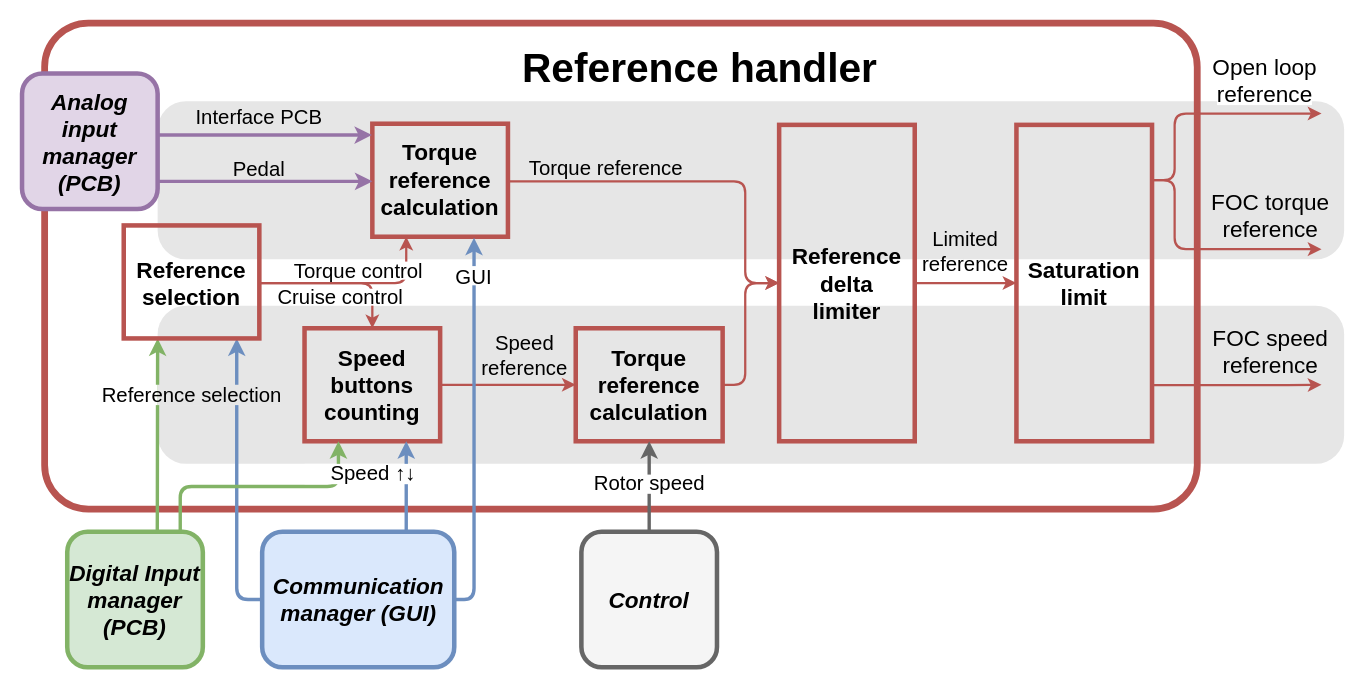
Above: Report/Diagrams/ReferenceHandlerV4.drawio in NicolaiFransen/SemesterProjectPED2 (draw.io), before the change. Source tidied: cells renumbered, new cells numbered last; positions are measured from the earlier drawing's top-left corner, leaving out a move shared by most shapes. Both pictures are drawn from the tidied source at 113%, with x=0, y=0 at pixel (21, 23).
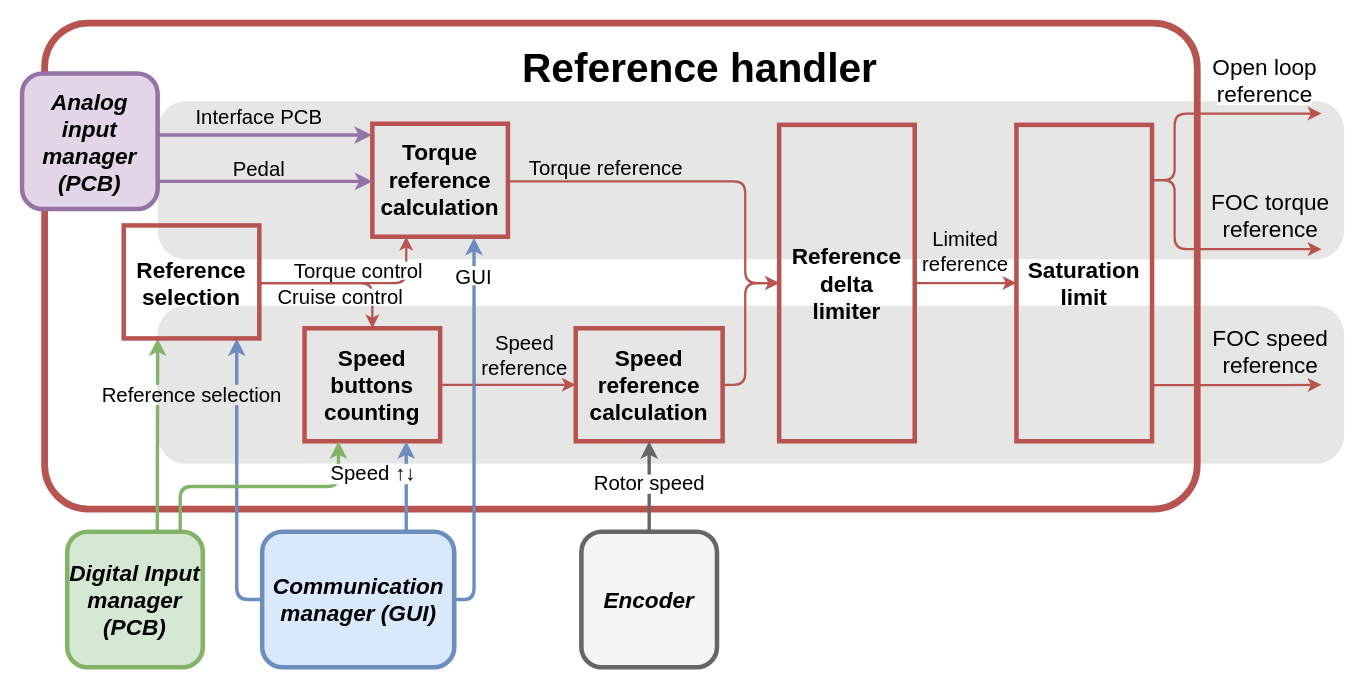
The same diagram, later.

What changed in the source:
```diff
@@
-    <mxCell id="29" value="&lt;div style=&quot;font-size: 20px&quot;&gt;&lt;b&gt;Torque reference calculation&lt;/b&gt;&lt;/div&gt;" style="text;html=1;strokeColor=none;fillColor=none;align=center;verticalAlign=middle;whiteSpace=wrap;rounded=0;" parent="1" vertex="1">
+    <mxCell id="29" value="&lt;div style=&quot;font-size: 20px&quot;&gt;&lt;b&gt;Speed reference calculation&lt;/b&gt;&lt;/div&gt;" style="text;html=1;strokeColor=none;fillColor=none;align=center;verticalAlign=middle;whiteSpace=wrap;rounded=0;" parent="1" vertex="1">
       <mxGeometry x="490" y="270" width="130" height="100" as="geometry" />
     </mxCell>
@@
-    <mxCell id="41" value="&lt;b&gt;&lt;i&gt;&lt;font style=&quot;font-size: 20px&quot;&gt;Control&lt;/font&gt;&lt;/i&gt;&lt;/b&gt;" style="text;html=1;strokeColor=none;fillColor=none;align=center;verticalAlign=middle;whiteSpace=wrap;rounded=0;" parent="1" vertex="1">
+    <mxCell id="41" value="&lt;b&gt;&lt;i&gt;&lt;font style=&quot;font-size: 20px&quot;&gt;Encoder&lt;/font&gt;&lt;/i&gt;&lt;/b&gt;" style="text;html=1;strokeColor=none;fillColor=none;align=center;verticalAlign=middle;whiteSpace=wrap;rounded=0;" parent="1" vertex="1">
       <mxGeometry x="495" y="450" width="120" height="120" as="geometry" />
     </mxCell>
```
